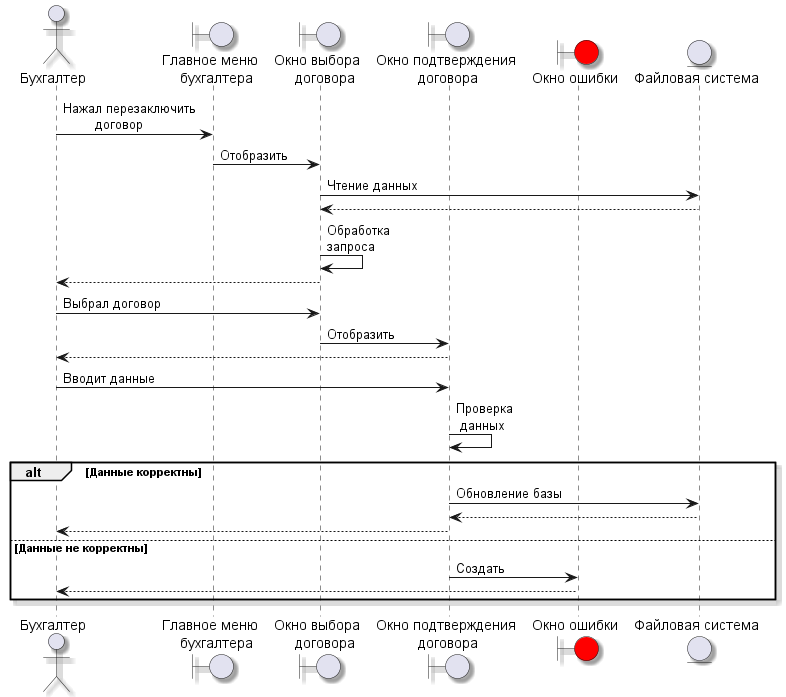
Earlier version of the PlantUML export out/Resource/Диаграммы последовательности/Подтвердить договор (Бухгалтер).png (MiFit1/OSOGO). The source it was exported from:
```plantuml
@startuml
skinparam Shadowing true
actor "Бухгалтер" as accountant
boundary "Главное меню\n   бухгалтера" as mainMenuAc
boundary "Окно выбора\n    договора" as contractWindow
boundary "Окно подтверждения\n договора" as accessContractWindow
boundary "Окно ошибки" as errorWindow #Red

entity "Файловая система" as fs

accountant -> mainMenuAc :Нажал перезаключить\n\tдоговор
mainMenuAc -> contractWindow :Отобразить
contractWindow -> fs:Чтение данных
fs --> contractWindow
contractWindow -> contractWindow:Обработка\nзапроса
contractWindow --> accountant
accountant -> contractWindow:Выбрал договор
contractWindow -> accessContractWindow :Отобразить
accessContractWindow --> accountant
accountant -> accessContractWindow : Вводит данные
accessContractWindow -> accessContractWindow : Проверка\n данных

alt Данные корректны
    accessContractWindow -> fs : Обновление базы
    fs --> accessContractWindow
    accessContractWindow --> accountant
else Данные не корректны
    accessContractWindow -> errorWindow : Создать
    errorWindow --> accountant
end

@enduml
```
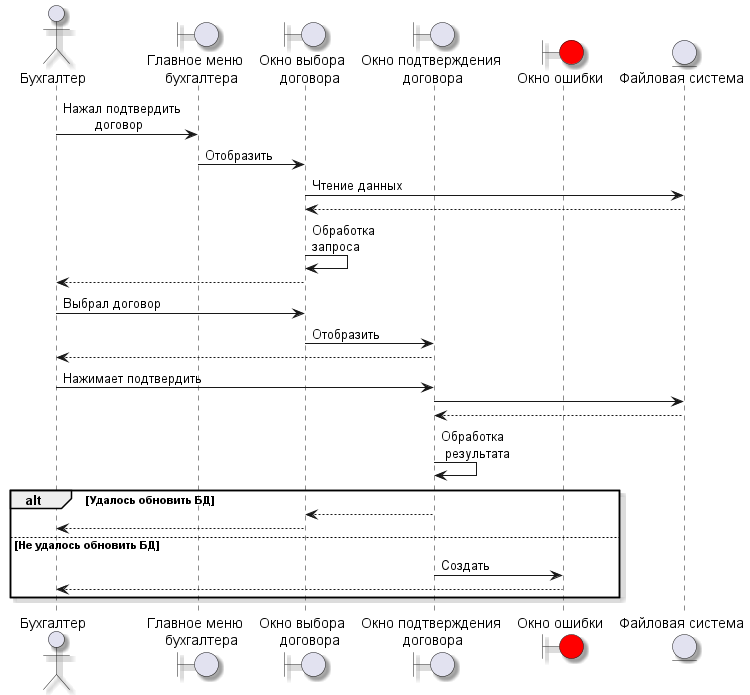
Later version of the same file.

The edit, as a diff of the source:
```diff
@@ -8,7 +8,7 @@
 
 entity "Файловая система" as fs
 
-accountant -> mainMenuAc :Нажал перезаключить\n\tдоговор
+accountant -> mainMenuAc :Нажал подтвердить\n\tдоговор
 mainMenuAc -> contractWindow :Отобразить
 contractWindow -> fs:Чтение данных
 fs --> contractWindow
@@ -17,15 +17,16 @@
 accountant -> contractWindow:Выбрал договор
 contractWindow -> accessContractWindow :Отобразить
 accessContractWindow --> accountant
-accountant -> accessContractWindow : Вводит данные
-accessContractWindow -> accessContractWindow : Проверка\n данных
+accountant -> accessContractWindow : Нажимает подтвердить
+accessContractWindow -> fs
+fs --> accessContractWindow
+accessContractWindow -> accessContractWindow :Обработка\n результата
 
-alt Данные корректны
-    accessContractWindow -> fs : Обновление базы
-    fs --> accessContractWindow
-    accessContractWindow --> accountant
-else Данные не корректны
-    accessContractWindow -> errorWindow : Создать
+alt Удалось обновить БД
+    accessContractWindow --> contractWindow
+    contractWindow --> accountant
+else Не удалось обновить БД
+    accessContractWindow -> errorWindow:Создать
     errorWindow --> accountant
 end
 
```
